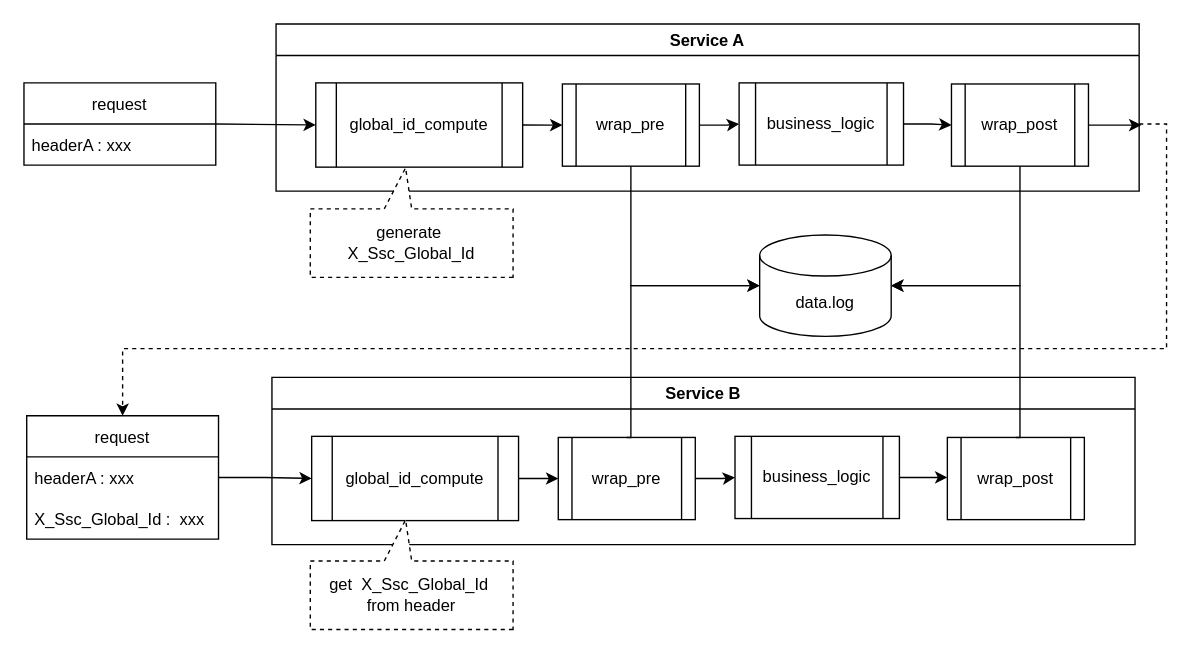
Earlier version of the draw.io diagram ssc_global_id.drawio (yindongjun/drawio-2). Source tidied: cells renumbered, new cells numbered last; positions are measured from the earlier drawing's top-left corner, leaving out a move shared by most shapes. Both pictures are drawn from the tidied source at 137%, with x=0, y=0 at pixel (23, 23).
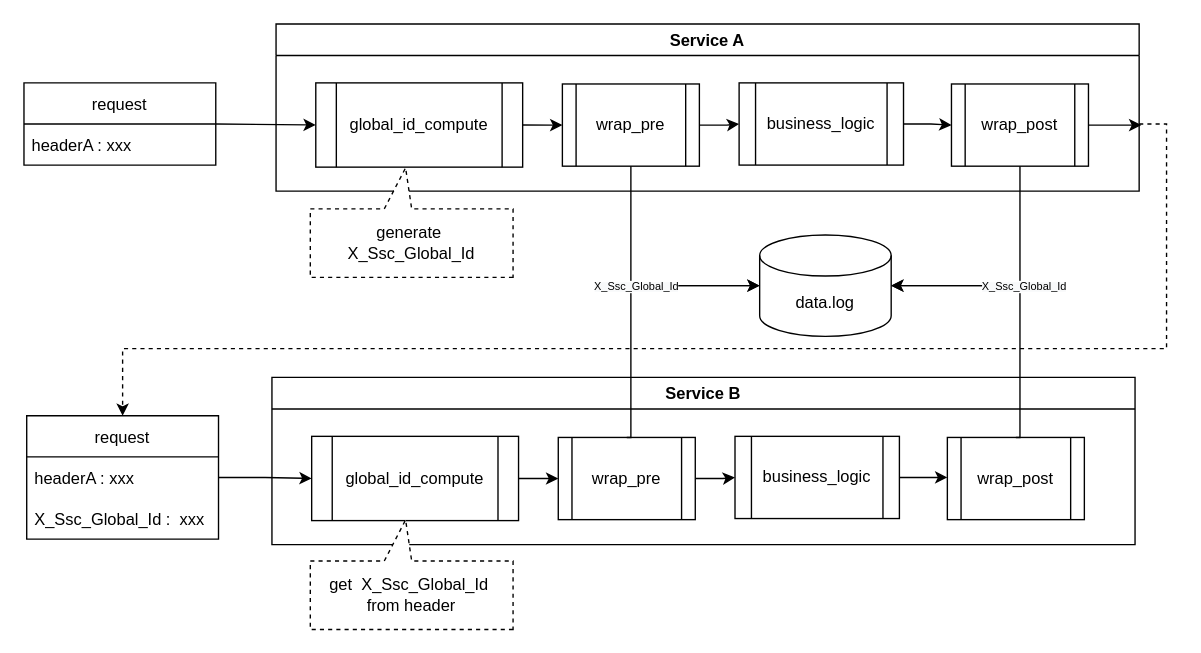
After the change.

The change refers to these unchanged cells:
```xml
<mxCell id="26" style="edgeStyle=orthogonalEdgeStyle;rounded=0;jettySize=auto;html=1;exitX=0.5;exitY=0;exitDx=0;exitDy=0;entryX=0;entryY=0.5;entryDx=0;entryDy=0;entryPerimeter=0;" parent="1" edge="1" source="16" target="11">
  <mxGeometry relative="1" as="geometry">
    <Array as="points">
      <mxPoint x="443" y="302" />
      <mxPoint x="443" y="191" />
    </Array>
  </mxGeometry>
</mxCell>
```

Change to the diagram source:
```diff
@@
+    <mxCell id="34" value="&lt;span style=&quot;background-color: rgb(248 , 249 , 250)&quot;&gt;&lt;font style=&quot;font-size: 8px&quot;&gt;X_Ssc_Global_Id&lt;/font&gt;&lt;/span&gt;" style="edgeLabel;html=1;align=center;verticalAlign=middle;fontColor=#000000;fontSize=7;" parent="26" vertex="1">
+      <mxGeometry x="0.5" y="2" relative="1" as="geometry">
+        <mxPoint x="-39" y="2" as="offset" />
+      </mxGeometry>
+    </mxCell>
@@
+    <mxCell id="35" value="&lt;span style=&quot;background-color: rgb(248 , 249 , 250)&quot;&gt;&lt;font style=&quot;font-size: 8px&quot;&gt;X_Ssc_Global_Id&lt;/font&gt;&lt;/span&gt;" style="edgeLabel;html=1;align=center;verticalAlign=middle;fontColor=#000000;fontSize=7;" parent="1" vertex="1">
+      <mxGeometry x="729" y="191" as="geometry" />
+    </mxCell>
```
